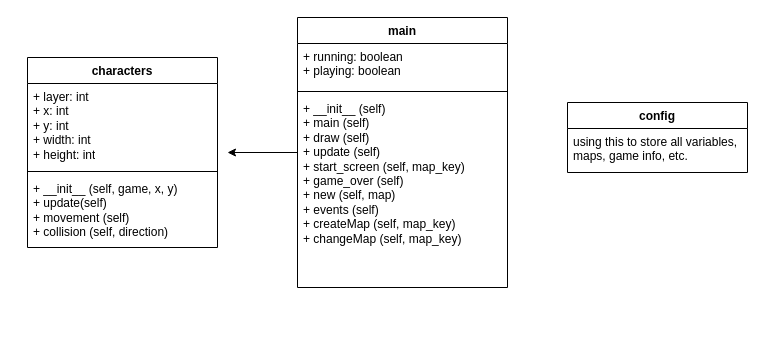
Before: Untitled Diagram.drawio in akiaxin/Chloe-, a draw.io diagram. Source tidied: cells renumbered, new cells numbered last; positions are measured from the earlier drawing's top-left corner, leaving out a move shared by most shapes. Both pictures are drawn from the tidied source at 100%, with x=0, y=0 at pixel (27, 17).
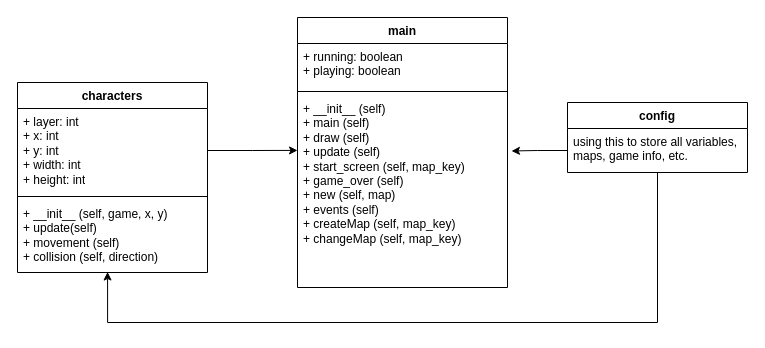
The same page after the edit.

Commit message:
class diagram???

The edit, as a diff of the source:
```diff
@@
 <mxGraphModel>
   <root>
     <mxCell id="0" />
     <mxCell id="1" parent="0" />
-    <mxCell id="2" style="edgeStyle=orthogonalEdgeStyle;rounded=0;jettySize=auto;html=1;" parent="1" edge="1" source="3">
-      <mxGeometry relative="1" as="geometry">
-        <mxPoint x="200" y="135" as="targetPoint" />
-      </mxGeometry>
-    </mxCell>
     <mxCell id="3" value="main" style="swimlane;fontStyle=1;align=center;verticalAlign=top;horizontal=1;startSize=26;whiteSpace=wrap;html=1;" parent="1" vertex="1">
       <mxGeometry x="270" width="210" height="270" as="geometry" />
     </mxCell>
     <mxCell id="4" value="+ running: boolean&lt;div&gt;+ playing: boolean&lt;/div&gt;" style="text;strokeColor=none;fillColor=none;align=left;verticalAlign=top;spacingLeft=4;spacingRight=4;overflow=hidden;whiteSpace=wrap;html=1;" parent="3" vertex="1">
       <mxGeometry y="26" width="210" height="44" as="geometry" />
     </mxCell>
     <mxCell id="5" style="line;strokeWidth=1;fillColor=none;align=left;verticalAlign=middle;spacingTop=-1;spacingLeft=3;spacingRight=3;labelPosition=right;strokeColor=inherit;" parent="3" vertex="1">
       <mxGeometry y="70" width="210" height="8" as="geometry" />
     </mxCell>
     <mxCell id="6" value="+ __init__ (self)&lt;br&gt;+ main (self)&lt;div&gt;+ draw (self)&lt;/div&gt;&lt;div&gt;+ update (self)&lt;/div&gt;&lt;div&gt;+ start_screen (self, map_key)&lt;/div&gt;&lt;div&gt;+ game_over (self)&lt;/div&gt;&lt;div&gt;+ new (self, map)&lt;/div&gt;&lt;div&gt;+ events (self)&lt;/div&gt;&lt;div&gt;+ createMap (self, map_key)&lt;/div&gt;&lt;div&gt;+ changeMap (self, map_key)&lt;/div&gt;" style="text;strokeColor=none;fillColor=none;align=left;verticalAlign=top;spacingLeft=4;spacingRight=4;overflow=hidden;points=[[0,0.5],[1,0.5]];portConstraint=eastwest;whiteSpace=wrap;html=1;" parent="3" vertex="1">
       <mxGeometry y="78" width="210" height="192" as="geometry" />
     </mxCell>
     <mxCell id="7" value="characters" style="swimlane;fontStyle=1;align=center;verticalAlign=top;horizontal=1;startSize=26;whiteSpace=wrap;html=1;" parent="1" vertex="1">
-      <mxGeometry y="40" width="190" height="190" as="geometry" />
+      <mxGeometry x="-10" y="65" width="190" height="190" as="geometry" />
     </mxCell>
     <mxCell id="8" value="+ layer: int&lt;div&gt;+ x: int&lt;br&gt;+ y: int&lt;br&gt;+ width: int&lt;br&gt;+ height: int&lt;/div&gt;" style="text;strokeColor=none;fillColor=none;align=left;verticalAlign=top;spacingLeft=4;spacingRight=4;overflow=hidden;points=[[0,0.5],[1,0.5]];portConstraint=eastwest;whiteSpace=wrap;html=1;" parent="7" vertex="1">
       <mxGeometry y="26" width="190" height="84" as="geometry" />
     </mxCell>
     <mxCell id="9" style="line;strokeWidth=1;fillColor=none;align=left;verticalAlign=middle;spacingTop=-1;spacingLeft=3;spacingRight=3;labelPosition=right;strokeColor=inherit;" parent="7" vertex="1">
       <mxGeometry y="110" width="190" height="8" as="geometry" />
     </mxCell>
     <mxCell id="10" value="+ __init__ (self, game, x, y)&lt;div&gt;+ update(self)&lt;/div&gt;&lt;div&gt;+ movement (self)&lt;/div&gt;&lt;div&gt;+ collision (self, direction)&lt;/div&gt;" style="text;strokeColor=none;fillColor=none;align=left;verticalAlign=top;spacingLeft=4;spacingRight=4;overflow=hidden;points=[[0,0.5],[1,0.5]];portConstraint=eastwest;whiteSpace=wrap;html=1;" parent="7" vertex="1">
       <mxGeometry y="118" width="190" height="72" as="geometry" />
     </mxCell>
     <mxCell id="11" value="config" style="swimlane;fontStyle=1;align=center;verticalAlign=top;horizontal=1;startSize=26;whiteSpace=wrap;html=1;" parent="1" vertex="1">
       <mxGeometry x="540" y="85" width="180" height="70" as="geometry" />
     </mxCell>
     <mxCell id="12" value="using this to store all variables, maps, game info, etc." style="text;strokeColor=none;fillColor=none;align=left;verticalAlign=top;spacingLeft=4;spacingRight=4;overflow=hidden;points=[[0,0.5],[1,0.5]];portConstraint=eastwest;whiteSpace=wrap;html=1;" parent="11" vertex="1">
       <mxGeometry y="26" width="180" height="44" as="geometry" />
     </mxCell>
+    <mxCell id="13" style="edgeStyle=orthogonalEdgeStyle;rounded=0;jettySize=auto;html=1;entryX=1.019;entryY=0.289;entryDx=0;entryDy=0;entryPerimeter=0;" parent="1" edge="1" source="12" target="6">
+      <mxGeometry relative="1" as="geometry" />
+    </mxCell>
+    <mxCell id="14" style="edgeStyle=orthogonalEdgeStyle;rounded=0;jettySize=auto;html=1;entryX=0;entryY=0.286;entryDx=0;entryDy=0;entryPerimeter=0;" parent="1" edge="1" source="8" target="6">
+      <mxGeometry relative="1" as="geometry" />
+    </mxCell>
+    <mxCell id="15" style="edgeStyle=orthogonalEdgeStyle;rounded=0;jettySize=auto;html=1;entryX=0.474;entryY=0.993;entryDx=0;entryDy=0;entryPerimeter=0;" parent="1" edge="1" source="11" target="10">
+      <mxGeometry relative="1" as="geometry">
+        <Array as="points">
+          <mxPoint x="630" y="305" />
+          <mxPoint x="80" y="305" />
+        </Array>
+      </mxGeometry>
+    </mxCell>
   </root>
 </mxGraphModel>
```
